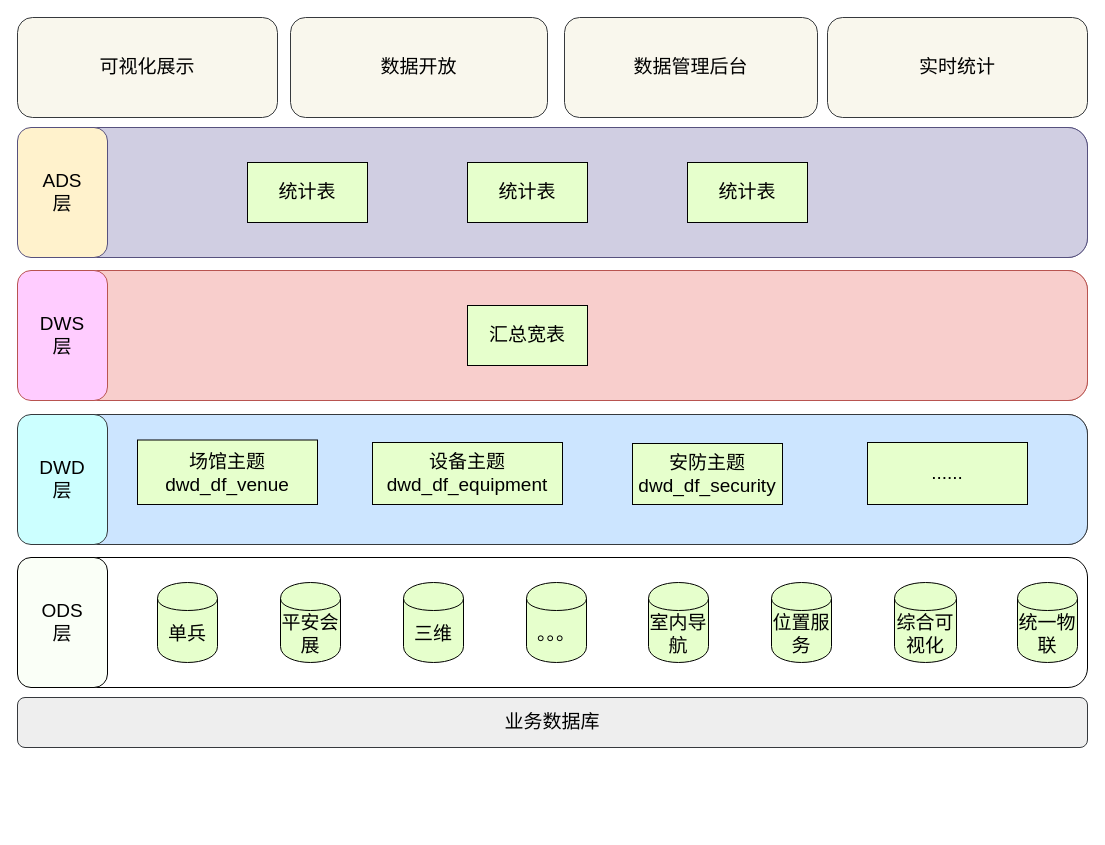
The draw.io diagram page "业务数仓分层架构图" (1 of 6) of drawio/运城智慧教育二期数据中台.drawio in weiwen111/diagram, before the edit. Source tidied: cells renumbered, new cells numbered last; positions are measured from the earlier drawing's top-left corner, leaving out a move shared by most shapes. Both pictures are drawn from the tidied source at 100%, with x=0, y=0 at pixel (17, 17).
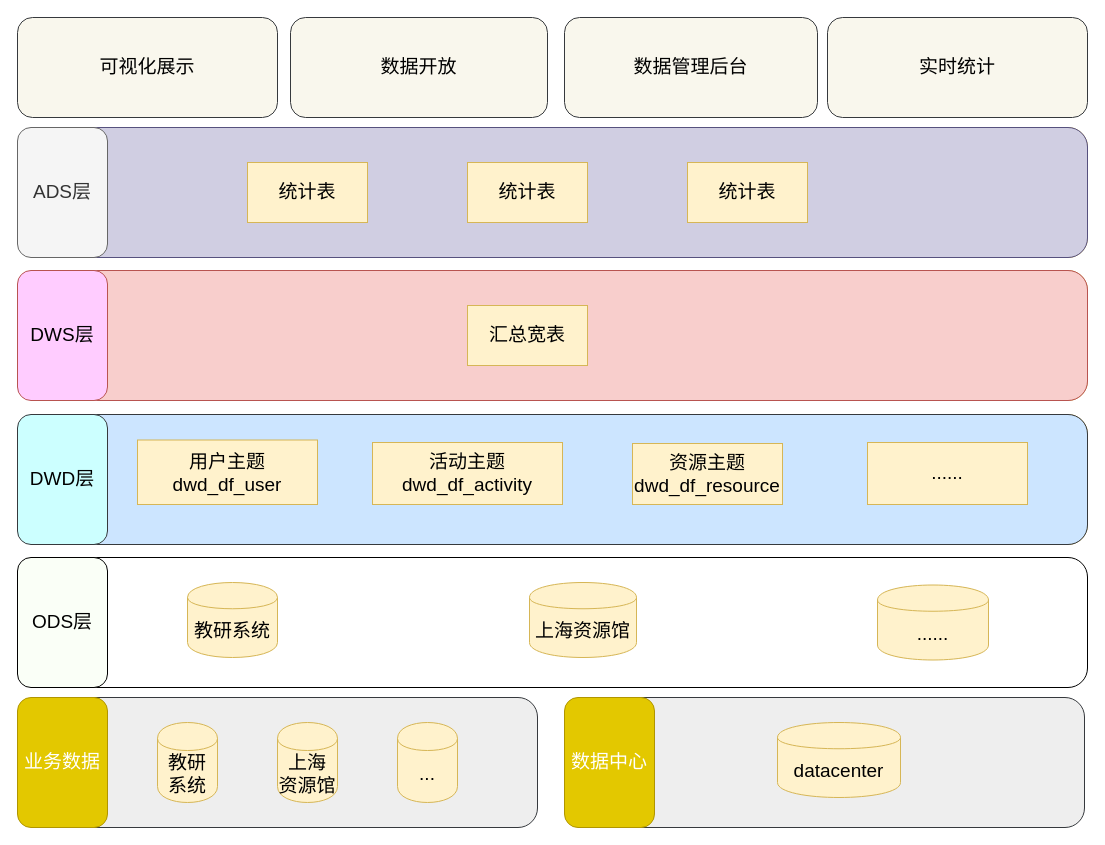
Above is the later version.

Commit message (it also covers changes not shown here):
更新运城智慧教育二期数据中台.drawio

Unchanged cells that the change refers to:
```xml
<mxCell id="2" style="group;fontSize=19;" parent="1" vertex="1">
  <mxGeometry y="540" width="1070" height="130" as="geometry" />
</mxCell>
```

The edit, as a diff of the source:
```diff
@@
-    <mxCell id="4" value="ODS&lt;br style=&quot;font-size: 19px;&quot;&gt;层" style="rounded=1;whiteSpace=wrap;html=1;flipV=1;fontSize=19;fillColor=#FAFFF7;" parent="2" vertex="1">
+    <mxCell id="4" value="ODS层" style="rounded=1;whiteSpace=wrap;html=1;flipV=1;fontSize=19;fillColor=#FAFFF7;" parent="2" vertex="1">
       <mxGeometry width="90" height="130" as="geometry" />
     </mxCell>
+    <mxCell id="12" value="......" style="shape=cylinder;whiteSpace=wrap;html=1;boundedLbl=1;backgroundOutline=1;fillColor=#fff2cc;fontSize=19;strokeColor=#d6b656;" parent="2" vertex="1">
+      <mxGeometry x="860" y="27.5" width="111" height="75" as="geometry" />
+    </mxCell>
+    <mxCell id="6" value="教研系统" style="shape=cylinder;whiteSpace=wrap;html=1;boundedLbl=1;backgroundOutline=1;fillColor=#fff2cc;fontSize=19;strokeColor=#d6b656;" parent="2" vertex="1">
+      <mxGeometry x="170" y="25" width="90" height="75" as="geometry" />
+    </mxCell>
-    <mxCell id="5" value="业务数据库" style="rounded=1;whiteSpace=wrap;html=1;fillColor=#eeeeee;fontSize=19;strokeColor=#36393d;" parent="1" vertex="1">
-      <mxGeometry y="680" width="1070" height="50" as="geometry" />
+    <mxCell id="5" style="rounded=1;whiteSpace=wrap;html=1;fillColor=#eeeeee;fontSize=19;strokeColor=#36393d;" parent="1" vertex="1">
+      <mxGeometry y="680" width="520" height="130" as="geometry" />
     </mxCell>
-    <mxCell id="6" value="单兵" style="shape=cylinder;whiteSpace=wrap;html=1;boundedLbl=1;backgroundOutline=1;fillColor=#E6FFCC;fontColor=#000000;fontSize=19;" parent="1" vertex="1">
-      <mxGeometry x="140" y="565" width="60" height="80" as="geometry" />
-    </mxCell>
-    <mxCell id="7" value="三维" style="shape=cylinder;whiteSpace=wrap;html=1;boundedLbl=1;backgroundOutline=1;fillColor=#E6FFCC;fontColor=#000000;fontSize=19;" parent="1" vertex="1">
-      <mxGeometry x="386" y="565" width="60" height="80" as="geometry" />
-    </mxCell>
-    <mxCell id="8" value="室内导航" style="shape=cylinder;whiteSpace=wrap;html=1;boundedLbl=1;backgroundOutline=1;fillColor=#E6FFCC;fontColor=#000000;fontSize=19;" parent="1" vertex="1">
-      <mxGeometry x="631" y="565" width="60" height="80" as="geometry" />
-    </mxCell>
-    <mxCell id="9" value="综合可视化" style="shape=cylinder;whiteSpace=wrap;html=1;boundedLbl=1;backgroundOutline=1;fillColor=#E6FFCC;fontColor=#000000;fontSize=19;" parent="1" vertex="1">
-      <mxGeometry x="877" y="565" width="62" height="80" as="geometry" />
-    </mxCell>
-    <mxCell id="10" value="平安会展" style="shape=cylinder;whiteSpace=wrap;html=1;boundedLbl=1;backgroundOutline=1;fillColor=#E6FFCC;fontColor=#000000;fontSize=19;" parent="1" vertex="1">
-      <mxGeometry x="263" y="565" width="60" height="80" as="geometry" />
+    <mxCell id="10" value="上海资源馆" style="shape=cylinder;whiteSpace=wrap;html=1;boundedLbl=1;backgroundOutline=1;fillColor=#fff2cc;fontSize=19;strokeColor=#d6b656;" parent="1" vertex="1">
+      <mxGeometry x="512" y="565" width="107" height="75" as="geometry" />
     </mxCell>
-    <mxCell id="11" value="统一物联" style="shape=cylinder;whiteSpace=wrap;html=1;boundedLbl=1;backgroundOutline=1;fillColor=#E6FFCC;fontColor=#000000;fontSize=19;" parent="1" vertex="1">
-      <mxGeometry x="1000" y="565" width="60" height="80" as="geometry" />
-    </mxCell>
-    <mxCell id="12" value="。。。" style="shape=cylinder;whiteSpace=wrap;html=1;boundedLbl=1;backgroundOutline=1;fillColor=#E6FFCC;fontColor=#000000;fontSize=19;" parent="1" vertex="1">
-      <mxGeometry x="509" y="565" width="60" height="80" as="geometry" />
-    </mxCell>
-    <mxCell id="13" value="位置服务" style="shape=cylinder;whiteSpace=wrap;html=1;boundedLbl=1;backgroundOutline=1;fillColor=#E6FFCC;fontColor=#000000;fontSize=19;" parent="1" vertex="1">
-      <mxGeometry x="754" y="565" width="60" height="80" as="geometry" />
-    </mxCell>
-    <mxCell id="14" style="group;fontSize=19;fillColor=#d0cee2;strokeColor=#56517e;rounded=1;" parent="1" vertex="1">
+    <mxCell id="14" style="group;fontSize=19;fillColor=#fff2cc;strokeColor=#d6b656;rounded=1;" parent="1" vertex="1">
       <mxGeometry y="110" width="1070" height="130" as="geometry" />
     </mxCell>
@@
-    <mxCell id="16" value="ADS&lt;br style=&quot;font-size: 19px;&quot;&gt;层" style="rounded=1;whiteSpace=wrap;html=1;fillColor=#FFF2CC;flipV=1;fontSize=19;strokeColor=#56517e;" parent="14" vertex="1">
+    <mxCell id="16" value="ADS层" style="rounded=1;whiteSpace=wrap;html=1;fillColor=#f5f5f5;flipV=1;fontSize=19;strokeColor=#666666;fontColor=#333333;" parent="14" vertex="1">
       <mxGeometry width="90" height="130" as="geometry" />
     </mxCell>
-    <mxCell id="17" value="统计表" style="rounded=0;whiteSpace=wrap;html=1;fillColor=#E6FFCC;fontColor=#000000;fontSize=19;" parent="14" vertex="1">
+    <mxCell id="17" value="统计表" style="rounded=0;whiteSpace=wrap;html=1;fillColor=#fff2cc;fontSize=19;strokeColor=#d6b656;" parent="14" vertex="1">
       <mxGeometry x="230" y="35" width="120" height="60" as="geometry" />
     </mxCell>
-    <mxCell id="18" value="统计表" style="rounded=0;whiteSpace=wrap;html=1;fillColor=#E6FFCC;fontColor=#000000;fontSize=19;" parent="14" vertex="1">
+    <mxCell id="18" value="统计表" style="rounded=0;whiteSpace=wrap;html=1;fillColor=#fff2cc;fontSize=19;strokeColor=#d6b656;" parent="14" vertex="1">
       <mxGeometry x="670" y="35" width="120" height="60" as="geometry" />
     </mxCell>
-    <mxCell id="19" style="group;fontSize=19;fillColor=#f8cecc;strokeColor=#b85450;rounded=1;" parent="1" vertex="1">
+    <mxCell id="19" style="group;fontSize=19;fillColor=#fff2cc;strokeColor=#d6b656;rounded=1;" parent="1" vertex="1">
       <mxGeometry y="253" width="1070" height="130" as="geometry" />
     </mxCell>
@@
-    <mxCell id="21" value="DWS&lt;br style=&quot;font-size: 19px;&quot;&gt;层" style="rounded=1;whiteSpace=wrap;html=1;fillColor=#FFCCFF;flipV=1;fontSize=19;strokeColor=#b85450;" parent="19" vertex="1">
+    <mxCell id="21" value="DWS层" style="rounded=1;whiteSpace=wrap;html=1;fillColor=#FFCCFF;flipV=1;fontSize=19;strokeColor=#b85450;" parent="19" vertex="1">
       <mxGeometry width="90" height="130" as="geometry" />
     </mxCell>
-    <mxCell id="22" value="汇总宽表" style="rounded=0;whiteSpace=wrap;html=1;fillColor=#E6FFCC;fontColor=#000000;fontSize=19;" parent="19" vertex="1">
+    <mxCell id="22" value="汇总宽表" style="rounded=0;whiteSpace=wrap;html=1;fillColor=#fff2cc;fontSize=19;strokeColor=#d6b656;" parent="19" vertex="1">
       <mxGeometry x="450" y="35" width="120" height="60" as="geometry" />
     </mxCell>
-    <mxCell id="23" style="group;fontSize=19;fillColor=#cce5ff;strokeColor=#36393d;rounded=1;" parent="1" vertex="1">
+    <mxCell id="23" style="group;fontSize=19;fillColor=#fff2cc;strokeColor=#d6b656;rounded=1;" parent="1" vertex="1">
       <mxGeometry y="397" width="1070" height="130" as="geometry" />
     </mxCell>
@@
-    <mxCell id="25" value="DWD&lt;br style=&quot;font-size: 19px;&quot;&gt;层" style="rounded=1;whiteSpace=wrap;html=1;fillColor=#CCFFFF;flipV=1;fontSize=19;strokeColor=#36393d;" parent="23" vertex="1">
+    <mxCell id="25" value="DWD层" style="rounded=1;whiteSpace=wrap;html=1;fillColor=#CCFFFF;flipV=1;fontSize=19;strokeColor=#36393d;" parent="23" vertex="1">
       <mxGeometry width="90" height="130" as="geometry" />
     </mxCell>
-    <mxCell id="26" value="&lt;span style=&quot;font-size: 19px&quot;&gt;设备主题dwd_df_&lt;/span&gt;equipment" style="rounded=0;whiteSpace=wrap;html=1;fillColor=#E6FFCC;fontColor=#000000;fontSize=19;" parent="23" vertex="1">
+    <mxCell id="26" value="&lt;span style=&quot;font-size: 19px&quot;&gt;活动主题dwd_df_&lt;/span&gt;activity" style="rounded=0;whiteSpace=wrap;html=1;fillColor=#fff2cc;fontSize=19;strokeColor=#d6b656;" parent="23" vertex="1">
       <mxGeometry x="355" y="28" width="190" height="62" as="geometry" />
     </mxCell>
-    <mxCell id="27" value="&lt;span style=&quot;font-size: 19px&quot;&gt;......&lt;br style=&quot;font-size: 19px&quot;&gt;&lt;/span&gt;" style="rounded=0;whiteSpace=wrap;html=1;fillColor=#E6FFCC;fontColor=#000000;fontSize=19;" parent="23" vertex="1">
+    <mxCell id="27" value="&lt;span style=&quot;font-size: 19px&quot;&gt;......&lt;br style=&quot;font-size: 19px&quot;&gt;&lt;/span&gt;" style="rounded=0;whiteSpace=wrap;html=1;fillColor=#fff2cc;fontSize=19;strokeColor=#d6b656;" parent="23" vertex="1">
       <mxGeometry x="850" y="28" width="160" height="62" as="geometry" />
     </mxCell>
-    <mxCell id="28" value="&lt;span style=&quot;font-family: &amp;#34;helvetica neue&amp;#34; ; font-size: 19px&quot;&gt;场馆主题&lt;br&gt;&lt;/span&gt;&lt;span style=&quot;font-size: 19px&quot;&gt;dwd_df_venue&lt;/span&gt;" style="rounded=0;whiteSpace=wrap;html=1;fillColor=#E6FFCC;fontColor=#000000;fontSize=19;" parent="23" vertex="1">
+    <mxCell id="28" value="&lt;span style=&quot;font-family: &amp;#34;helvetica neue&amp;#34; ; font-size: 19px&quot;&gt;用户主题&lt;br&gt;&lt;/span&gt;&lt;span style=&quot;font-size: 19px&quot;&gt;dwd_df_user&lt;/span&gt;" style="rounded=0;whiteSpace=wrap;html=1;fillColor=#fff2cc;fontSize=19;strokeColor=#d6b656;" parent="23" vertex="1">
       <mxGeometry x="120" y="25.5" width="180" height="64.5" as="geometry" />
     </mxCell>
-    <mxCell id="29" value="安防主题&lt;br&gt;dwd_df_security" style="rounded=0;whiteSpace=wrap;html=1;fillColor=#E6FFCC;fontColor=#000000;fontSize=19;" parent="23" vertex="1">
+    <mxCell id="29" value="资源主题&lt;br&gt;dwd_df_resource" style="rounded=0;whiteSpace=wrap;html=1;fillColor=#fff2cc;fontSize=19;strokeColor=#d6b656;" parent="23" vertex="1">
       <mxGeometry x="615" y="29" width="150" height="61" as="geometry" />
     </mxCell>
-    <mxCell id="30" value="统计表" style="rounded=0;whiteSpace=wrap;html=1;fillColor=#E6FFCC;fontColor=#000000;fontSize=19;" parent="1" vertex="1">
+    <mxCell id="30" value="统计表" style="rounded=0;whiteSpace=wrap;html=1;fillColor=#fff2cc;fontSize=19;strokeColor=#d6b656;" parent="1" vertex="1">
       <mxGeometry x="450" y="145" width="120" height="60" as="geometry" />
     </mxCell>
@@
+    <mxCell id="35" value="业务数据" style="rounded=1;whiteSpace=wrap;html=1;flipV=1;fontSize=19;fillColor=#e3c800;strokeColor=#B09500;fontColor=#ffffff;" parent="1" vertex="1">
+      <mxGeometry y="680" width="90" height="130" as="geometry" />
+    </mxCell>
+    <mxCell id="36" value="教研&lt;br&gt;系统" style="shape=cylinder;whiteSpace=wrap;html=1;boundedLbl=1;backgroundOutline=1;fillColor=#fff2cc;fontSize=19;flipH=0;flipV=0;strokeColor=#d6b656;" parent="1" vertex="1">
+      <mxGeometry x="140" y="705" width="60" height="80" as="geometry" />
+    </mxCell>
+    <mxCell id="37" value="上海&lt;br&gt;资源馆" style="shape=cylinder;whiteSpace=wrap;html=1;boundedLbl=1;backgroundOutline=1;fillColor=#fff2cc;fontSize=19;flipH=0;flipV=0;strokeColor=#d6b656;" parent="1" vertex="1">
+      <mxGeometry x="260" y="705" width="60" height="80" as="geometry" />
+    </mxCell>
+    <mxCell id="38" value="..." style="shape=cylinder;whiteSpace=wrap;html=1;boundedLbl=1;backgroundOutline=1;fillColor=#fff2cc;fontSize=19;flipH=0;flipV=0;strokeColor=#d6b656;" parent="1" vertex="1">
+      <mxGeometry x="380" y="705" width="60" height="80" as="geometry" />
+    </mxCell>
+    <mxCell id="39" style="rounded=1;whiteSpace=wrap;html=1;fillColor=#eeeeee;fontSize=19;strokeColor=#36393d;" parent="1" vertex="1">
+      <mxGeometry x="547" y="680" width="520" height="130" as="geometry" />
+    </mxCell>
+    <mxCell id="40" value="数据中心" style="rounded=1;whiteSpace=wrap;html=1;flipV=1;fontSize=19;fillColor=#e3c800;strokeColor=#B09500;fontColor=#ffffff;" parent="1" vertex="1">
+      <mxGeometry x="547" y="680" width="90" height="130" as="geometry" />
+    </mxCell>
+    <mxCell id="41" value="datacenter" style="shape=cylinder;whiteSpace=wrap;html=1;boundedLbl=1;backgroundOutline=1;fillColor=#fff2cc;fontSize=19;flipH=0;flipV=0;strokeColor=#d6b656;" parent="1" vertex="1">
+      <mxGeometry x="760" y="705" width="123" height="75" as="geometry" />
+    </mxCell>
```
